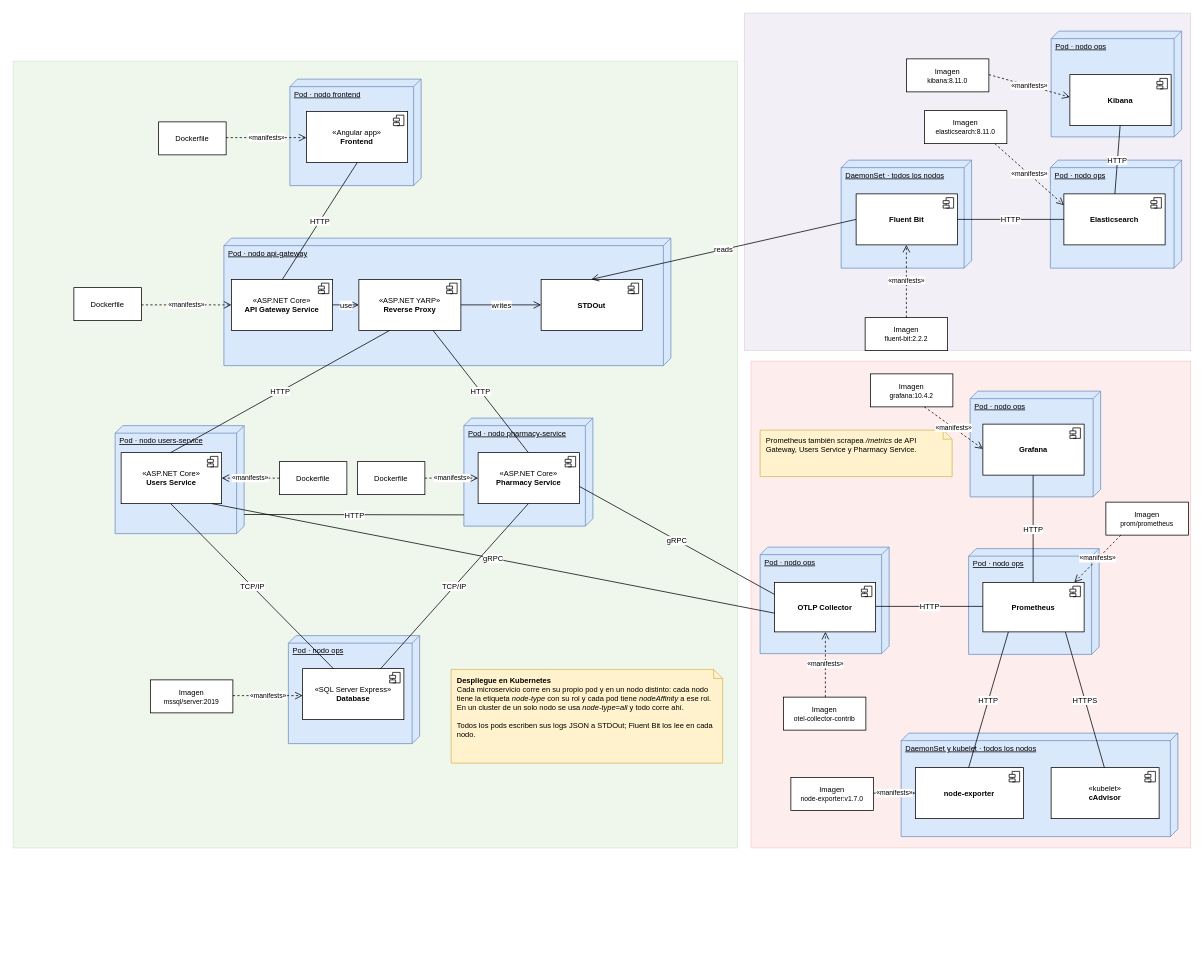
The draw.io diagram docs/diagramas/despliegue-k8s.drawio in santiremedi/AIOps, before the edit. Source tidied: cells renumbered, new cells numbered last; positions are measured from the earlier drawing's top-left corner, leaving out a move shared by most shapes. Both pictures are drawn from the tidied source at 75%, with x=0, y=0 at pixel (13, 13).
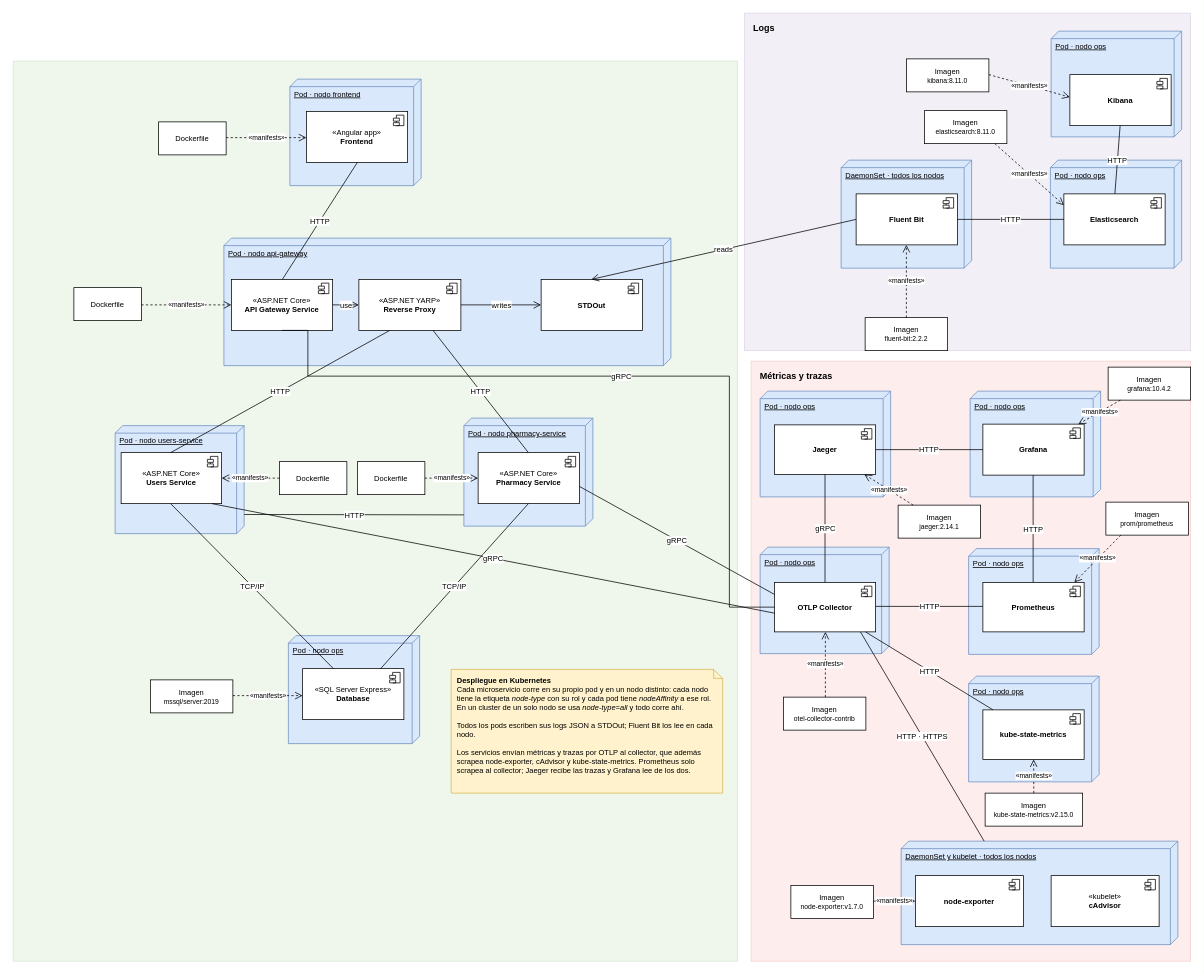
The same page after the edit.

Commit message (it also covers changes not shown here):
Actualiza el diagrama de despliegue con la telemetría

Unchanged cells that the change refers to:
```xml
<mxCell id="11" value="«ASP.NET Core»&lt;br&gt;&lt;b&gt;API Gateway Service&lt;/b&gt;" style="html=1;whiteSpace=wrap;fontSize=10;fillColor=#ffffff;strokeColor=#000000;" parent="10" vertex="1">
  <mxGeometry x="10" y="55" width="135" height="68" as="geometry" />
</mxCell>
<mxCell id="45" value="&lt;b&gt;Grafana&lt;/b&gt;" style="html=1;whiteSpace=wrap;fontSize=10;fillColor=#ffffff;strokeColor=#000000;" parent="44" vertex="1">
  <mxGeometry x="17" y="44" width="135" height="68" as="geometry" />
</mxCell>
<mxCell id="48" value="&lt;b&gt;OTLP Collector&lt;/b&gt;" style="html=1;whiteSpace=wrap;fontSize=10;fillColor=#ffffff;strokeColor=#000000;" parent="47" vertex="1">
  <mxGeometry x="19" y="47" width="135" height="66" as="geometry" />
</mxCell>
<mxCell id="51" value="&lt;b&gt;Prometheus&lt;/b&gt;" style="html=1;whiteSpace=wrap;fontSize=10;fillColor=#ffffff;strokeColor=#000000;" parent="50" vertex="1">
  <mxGeometry x="19" y="45" width="135" height="66" as="geometry" />
</mxCell>
<mxCell id="57" value="&lt;b&gt;node-exporter&lt;/b&gt;" style="html=1;whiteSpace=wrap;fontSize=10;fillColor=#ffffff;strokeColor=#000000;" parent="56" vertex="1">
  <mxGeometry x="19" y="46" width="144" height="68" as="geometry" />
</mxCell>
<mxCell id="59" value="«kubelet»&lt;br&gt;&lt;b&gt;cAdvisor&lt;/b&gt;" style="html=1;whiteSpace=wrap;fontSize=10;fillColor=#ffffff;strokeColor=#000000;" parent="56" vertex="1">
  <mxGeometry x="200" y="46" width="144" height="68" as="geometry" />
</mxCell>
```

Diff of the diagram source:
```diff
@@
     <mxCell id="2" style="rounded=0;whiteSpace=wrap;html=1;fillColor=#eff7ec;strokeColor=#d5e8d4;" parent="1" vertex="1">
-      <mxGeometry y="64" width="966" height="1049" as="geometry" />
+      <mxGeometry y="64" width="966" height="1200" as="geometry" />
     </mxCell>
-    <mxCell id="3" style="rounded=0;whiteSpace=wrap;html=1;fillColor=#f3eff6;strokeColor=#e1d5e7;" parent="1" vertex="1">
+    <mxCell id="3" value="Logs" style="verticalAlign=top;align=left;spacingLeft=10;spacingTop=6;fontStyle=1;fontSize=12;rounded=0;whiteSpace=wrap;html=1;fillColor=#f3eff6;strokeColor=#e1d5e7;" parent="1" vertex="1">
       <mxGeometry x="975" width="595" height="450" as="geometry" />
     </mxCell>
-    <mxCell id="4" style="rounded=0;whiteSpace=wrap;html=1;fillColor=#fdeeed;strokeColor=#f8cecc;" parent="1" vertex="1">
-      <mxGeometry x="984" y="464" width="586" height="649" as="geometry" />
+    <mxCell id="4" value="Métricas y trazas" style="verticalAlign=top;align=left;spacingLeft=10;spacingTop=6;fontStyle=1;fontSize=12;rounded=0;whiteSpace=wrap;html=1;fillColor=#fdeeed;strokeColor=#f8cecc;" parent="1" vertex="1">
+      <mxGeometry x="984" y="464" width="586" height="800" as="geometry" />
     </mxCell>
@@
-    <mxCell id="29" value="&lt;b&gt;Despliegue en Kubernetes&lt;/b&gt;&lt;br&gt;Cada microservicio corre en su propio pod y en un nodo distinto: cada nodo tiene la etiqueta &lt;i&gt;node-type&lt;/i&gt; con su rol y cada pod tiene &lt;i&gt;nodeAffinity&lt;/i&gt; a ese rol. En un cluster de un solo nodo se usa &lt;i&gt;node-type=all&lt;/i&gt; y todo corre ahí.&lt;br&gt;&lt;br&gt;Todos los pods escriben sus logs JSON a STDOut; Fluent Bit los lee en cada nodo." style="shape=note;size=12;whiteSpace=wrap;html=1;fillColor=#fff2cc;strokeColor=#d6b656;align=left;verticalAlign=top;spacingLeft=6;spacingTop=2;spacingRight=6;fontSize=10;" parent="2" vertex="1">
-      <mxGeometry x="584" y="811" width="362" height="125" as="geometry" />
+    <mxCell id="29" value="&lt;b&gt;Despliegue en Kubernetes&lt;/b&gt;&lt;br&gt;Cada microservicio corre en su propio pod y en un nodo distinto: cada nodo tiene la etiqueta &lt;i&gt;node-type&lt;/i&gt; con su rol y cada pod tiene &lt;i&gt;nodeAffinity&lt;/i&gt; a ese rol. En un cluster de un solo nodo se usa &lt;i&gt;node-type=all&lt;/i&gt; y todo corre ahí.&lt;br&gt;&lt;br&gt;Todos los pods escriben sus logs JSON a STDOut; Fluent Bit los lee en cada nodo.&lt;br&gt;&lt;br&gt;Los servicios envían métricas y trazas por OTLP al collector, que además scrapea node-exporter, cAdvisor y kube-state-metrics. Prometheus solo scrapea al collector; Jaeger recibe las trazas y Grafana lee de los dos." style="shape=note;size=12;whiteSpace=wrap;html=1;fillColor=#fff2cc;strokeColor=#d6b656;align=left;verticalAlign=top;spacingLeft=6;spacingTop=2;spacingRight=6;fontSize=10;" parent="2" vertex="1">
+      <mxGeometry x="584" y="811" width="362" height="165" as="geometry" />
     </mxCell>
@@
-    <mxCell id="42" value="Prometheus también scrapea &lt;i&gt;/metrics&lt;/i&gt; de API Gateway, Users Service y Pharmacy Service." style="shape=note;size=12;whiteSpace=wrap;html=1;fillColor=#fff2cc;strokeColor=#d6b656;align=left;verticalAlign=top;spacingLeft=6;spacingTop=2;spacingRight=6;fontSize=10;" parent="4" vertex="1">
-      <mxGeometry x="12" y="92" width="256" height="62" as="geometry" />
-    </mxCell>
     <mxCell id="43" value="Imagen&lt;br&gt;&lt;font style=&quot;font-size:9px&quot;&gt;grafana:10.4.2&lt;/font&gt;" style="rounded=0;whiteSpace=wrap;html=1;fontSize=10;fillColor=#ffffff;strokeColor=#000000;" parent="4" vertex="1">
-      <mxGeometry x="159" y="17" width="110" height="44" as="geometry" />
+      <mxGeometry x="476" y="8" width="110" height="44" as="geometry" />
     </mxCell>
@@
     <mxCell id="55" value="Imagen&lt;br&gt;&lt;font style=&quot;font-size:9px&quot;&gt;node-exporter:v1.7.0&lt;/font&gt;" style="rounded=0;whiteSpace=wrap;html=1;fontSize=10;fillColor=#ffffff;strokeColor=#000000;" parent="4" vertex="1">
-      <mxGeometry x="53" y="555" width="110" height="44" as="geometry" />
+      <mxGeometry x="53" y="699" width="110" height="44" as="geometry" />
     </mxCell>
     <mxCell id="56" value="DaemonSet y kubelet · todos los nodos" style="shape=cube;size=10;direction=south;anchorPointDirection=0;html=1;whiteSpace=wrap;verticalAlign=top;align=left;spacingTop=8;spacingLeft=4;spacingRight=14;fontStyle=4;fontSize=10;fillColor=#dae8fc;strokeColor=#6c8ebf;" parent="4" vertex="1">
-      <mxGeometry x="200" y="496" width="369" height="138" as="geometry" />
+      <mxGeometry x="200" y="640" width="369" height="138" as="geometry" />
     </mxCell>
@@
-    <mxCell id="82" value="«manifests»" style="html=1;rounded=0;fontSize=10;labelBackgroundColor=#ffffff;endArrow=open;endSize=8;dashed=1;fontSize=9;exitX=0.6545;exitY=1.0;exitDx=0;exitDy=0;entryX=0.0;entryY=0.4853;entryDx=0;entryDy=0;" parent="1" edge="1" source="43" target="45">
+    <mxCell id="82" value="«manifests»" style="html=1;rounded=0;fontSize=10;labelBackgroundColor=#ffffff;endArrow=open;endSize=8;dashed=1;fontSize=9;" parent="1" edge="1" source="43" target="45">
       <mxGeometry relative="1" as="geometry" />
     </mxCell>
@@
-    <mxCell id="87" value="HTTP" style="html=1;rounded=0;fontSize=10;labelBackgroundColor=#ffffff;endArrow=none;exitX=0.4931;exitY=0.0;exitDx=0;exitDy=0;entryX=0.2519;entryY=1.0;entryDx=0;entryDy=0;" parent="1" edge="1" source="57" target="51">
-      <mxGeometry relative="1" as="geometry" />
-    </mxCell>
-    <mxCell id="88" value="HTTPS" style="html=1;rounded=0;fontSize=10;labelBackgroundColor=#ffffff;endArrow=none;exitX=0.4931;exitY=0.0;exitDx=0;exitDy=0;entryX=0.8148;entryY=1.0;entryDx=0;entryDy=0;" parent="1" edge="1" source="59" target="51">
-      <mxGeometry relative="1" as="geometry" />
-    </mxCell>
+    <mxCell id="90" value="HTTP · HTTPS" style="html=1;rounded=0;fontSize=10;labelBackgroundColor=#ffffff;endArrow=none;exitX=0.85;exitY=1;exitDx=0;exitDy=0;entryX=0.3;entryY=0;entryDx=0;entryDy=0;" parent="1" edge="1" source="48" target="56">
+      <mxGeometry relative="1" as="geometry" />
+    </mxCell>
@@
+    <mxCell id="91" value="Pod · nodo ops" style="shape=cube;size=10;direction=south;anchorPointDirection=0;html=1;whiteSpace=wrap;verticalAlign=top;align=left;spacingTop=8;spacingLeft=4;spacingRight=14;fontStyle=4;fontSize=10;fillColor=#dae8fc;strokeColor=#6c8ebf;" parent="4" vertex="1">
+      <mxGeometry x="12" y="40" width="174" height="141" as="geometry" />
+    </mxCell>
+    <mxCell id="92" value="&lt;b&gt;Jaeger&lt;/b&gt;" style="html=1;whiteSpace=wrap;fontSize=10;fillColor=#ffffff;strokeColor=#000000;" parent="91" vertex="1">
+      <mxGeometry x="19" y="45" width="135" height="66" as="geometry" />
+    </mxCell>
+    <mxCell id="93" style="shape=module;jettyWidth=8;jettyHeight=4;fillColor=#ffffff;strokeColor=#000000;" parent="92" vertex="1">
+      <mxGeometry x="1" width="14" height="14" relative="1" as="geometry">
+        <mxPoint x="-19" y="5" as="offset" />
+      </mxGeometry>
+    </mxCell>
+    <mxCell id="94" value="Imagen&lt;br&gt;&lt;font style=&quot;font-size:9px&quot;&gt;jaeger:2.14.1&lt;/font&gt;" style="rounded=0;whiteSpace=wrap;html=1;fontSize=10;fillColor=#ffffff;strokeColor=#000000;" parent="4" vertex="1">
+      <mxGeometry x="196" y="192" width="110" height="44" as="geometry" />
+    </mxCell>
+    <mxCell id="95" value="«manifests»" style="html=1;rounded=0;fontSize=10;labelBackgroundColor=#ffffff;endArrow=open;endSize=8;dashed=1;fontSize=9;" parent="1" edge="1" source="94" target="92">
+      <mxGeometry relative="1" as="geometry" />
+    </mxCell>
+    <mxCell id="96" value="gRPC" style="html=1;rounded=0;fontSize=10;labelBackgroundColor=#ffffff;endArrow=none;" parent="1" edge="1" source="48" target="92">
+      <mxGeometry relative="1" as="geometry" />
+    </mxCell>
+    <mxCell id="97" value="HTTP" style="html=1;rounded=0;fontSize=10;labelBackgroundColor=#ffffff;endArrow=none;" parent="1" edge="1" source="45" target="92">
+      <mxGeometry relative="1" as="geometry" />
+    </mxCell>
+    <mxCell id="98" value="gRPC" style="edgeStyle=orthogonalEdgeStyle;html=1;rounded=0;fontSize=10;labelBackgroundColor=#ffffff;endArrow=none;exitX=0.5;exitY=1;exitDx=0;exitDy=0;entryX=0;entryY=0.5;entryDx=0;entryDy=0;" parent="1" edge="1" source="11" target="48">
+      <mxGeometry relative="1" as="geometry">
+        <Array as="points">
+          <mxPoint x="393" y="484" />
+          <mxPoint x="955" y="484" />
+          <mxPoint x="955" y="792" />
+        </Array>
+      </mxGeometry>
+    </mxCell>
+    <mxCell id="99" value="Pod · nodo ops" style="shape=cube;size=10;direction=south;anchorPointDirection=0;html=1;whiteSpace=wrap;verticalAlign=top;align=left;spacingTop=8;spacingLeft=4;spacingRight=14;fontStyle=4;fontSize=10;fillColor=#dae8fc;strokeColor=#6c8ebf;" parent="4" vertex="1">
+      <mxGeometry x="290" y="420" width="174" height="141" as="geometry" />
+    </mxCell>
+    <mxCell id="100" value="&lt;b&gt;kube-state-metrics&lt;/b&gt;" style="html=1;whiteSpace=wrap;fontSize=10;fillColor=#ffffff;strokeColor=#000000;" parent="99" vertex="1">
+      <mxGeometry x="19" y="45" width="135" height="66" as="geometry" />
+    </mxCell>
+    <mxCell id="101" style="shape=module;jettyWidth=8;jettyHeight=4;fillColor=#ffffff;strokeColor=#000000;" parent="100" vertex="1">
+      <mxGeometry x="1" width="14" height="14" relative="1" as="geometry">
+        <mxPoint x="-19" y="5" as="offset" />
+      </mxGeometry>
+    </mxCell>
+    <mxCell id="102" value="Imagen&lt;br&gt;&lt;font style=&quot;font-size:9px&quot;&gt;kube-state-metrics:v2.15.0&lt;/font&gt;" style="rounded=0;whiteSpace=wrap;html=1;fontSize=10;fillColor=#ffffff;strokeColor=#000000;" parent="4" vertex="1">
+      <mxGeometry x="312" y="576" width="130" height="44" as="geometry" />
+    </mxCell>
+    <mxCell id="103" value="«manifests»" style="html=1;rounded=0;fontSize=10;labelBackgroundColor=#ffffff;endArrow=open;endSize=8;dashed=1;fontSize=9;" parent="1" edge="1" source="102" target="100">
+      <mxGeometry relative="1" as="geometry" />
+    </mxCell>
+    <mxCell id="104" value="HTTP" style="html=1;rounded=0;fontSize=10;labelBackgroundColor=#ffffff;endArrow=none;" parent="1" edge="1" source="48" target="100">
+      <mxGeometry relative="1" as="geometry" />
+    </mxCell>
```
